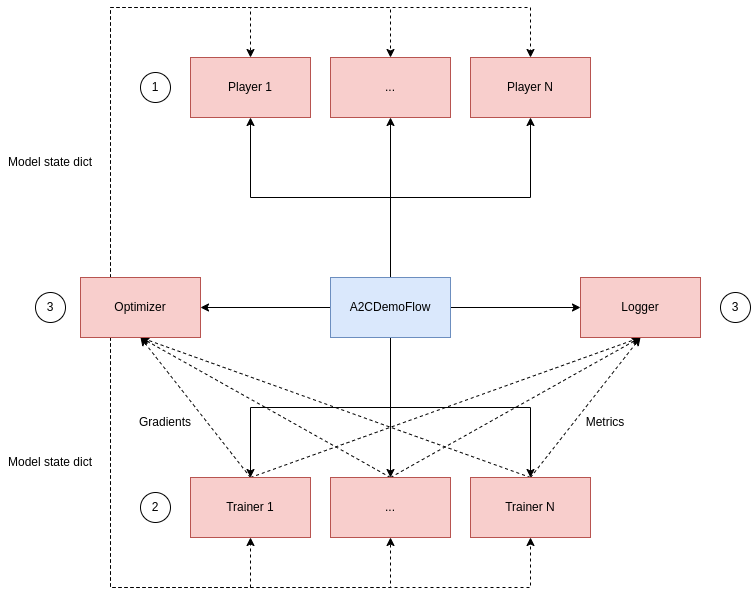
Earlier version of the draw.io export images/arch.png (belerico/lightning-rl). Source tidied: cells renumbered, new cells last; positions are measured from the earlier drawing's top-left corner, leaving out a move shared by most shapes. Its diagram source:
```xml
<mxGraphModel>
  <root>
    <mxCell id="0" />
    <mxCell id="1" parent="0" />
    <mxCell id="2" style="edgeStyle=orthogonalEdgeStyle;rounded=0;jettySize=auto;html=1;exitX=0.5;exitY=1;exitDx=0;exitDy=0;" parent="1" edge="1" source="10" target="16">
      <mxGeometry relative="1" as="geometry" />
    </mxCell>
    <mxCell id="3" style="edgeStyle=orthogonalEdgeStyle;rounded=0;jettySize=auto;html=1;exitX=0.5;exitY=1;exitDx=0;exitDy=0;entryX=0.5;entryY=0;entryDx=0;entryDy=0;" parent="1" edge="1" source="10" target="19">
      <mxGeometry relative="1" as="geometry" />
    </mxCell>
    <mxCell id="4" style="edgeStyle=orthogonalEdgeStyle;rounded=0;jettySize=auto;html=1;exitX=0.5;exitY=0;exitDx=0;exitDy=0;entryX=0.5;entryY=1;entryDx=0;entryDy=0;" parent="1" edge="1" source="10" target="20">
      <mxGeometry relative="1" as="geometry" />
    </mxCell>
    <mxCell id="5" style="edgeStyle=orthogonalEdgeStyle;rounded=0;jettySize=auto;html=1;exitX=0.5;exitY=0;exitDx=0;exitDy=0;entryX=0.5;entryY=1;entryDx=0;entryDy=0;" parent="1" edge="1" source="10" target="21">
      <mxGeometry relative="1" as="geometry" />
    </mxCell>
    <mxCell id="6" style="edgeStyle=orthogonalEdgeStyle;rounded=0;jettySize=auto;html=1;exitX=0.5;exitY=0;exitDx=0;exitDy=0;entryX=0.5;entryY=1;entryDx=0;entryDy=0;" parent="1" edge="1" source="10" target="22">
      <mxGeometry relative="1" as="geometry" />
    </mxCell>
    <mxCell id="7" style="edgeStyle=orthogonalEdgeStyle;rounded=0;jettySize=auto;html=1;exitX=0;exitY=0.5;exitDx=0;exitDy=0;" parent="1" edge="1" source="10" target="29">
      <mxGeometry relative="1" as="geometry" />
    </mxCell>
    <mxCell id="8" style="edgeStyle=orthogonalEdgeStyle;rounded=0;jettySize=auto;html=1;exitX=1;exitY=0.5;exitDx=0;exitDy=0;entryX=0;entryY=0.5;entryDx=0;entryDy=0;" parent="1" edge="1" source="10" target="30">
      <mxGeometry relative="1" as="geometry" />
    </mxCell>
    <mxCell id="9" style="edgeStyle=orthogonalEdgeStyle;rounded=0;jettySize=auto;html=1;exitX=0.5;exitY=1;exitDx=0;exitDy=0;entryX=0.5;entryY=0;entryDx=0;entryDy=0;" parent="1" edge="1" source="10" target="13">
      <mxGeometry relative="1" as="geometry" />
    </mxCell>
    <mxCell id="10" value="A2CDemoFlow" style="rounded=0;whiteSpace=wrap;html=1;fillColor=#dae8fc;strokeColor=#6c8ebf;" parent="1" vertex="1">
      <mxGeometry x="330" y="270" width="120" height="60" as="geometry" />
    </mxCell>
    <mxCell id="11" style="rounded=0;jettySize=auto;html=1;exitX=0.5;exitY=0;exitDx=0;exitDy=0;entryX=0.5;entryY=1;entryDx=0;entryDy=0;dashed=1;" parent="1" edge="1" source="13" target="29">
      <mxGeometry relative="1" as="geometry" />
    </mxCell>
    <mxCell id="12" style="edgeStyle=none;rounded=0;jettySize=auto;html=1;exitX=0.5;exitY=0;exitDx=0;exitDy=0;dashed=1;" parent="1" edge="1" source="13">
      <mxGeometry relative="1" as="geometry">
        <mxPoint x="640" y="330" as="targetPoint" />
      </mxGeometry>
    </mxCell>
    <mxCell id="13" value="Trainer 1" style="rounded=0;whiteSpace=wrap;html=1;fillColor=#f8cecc;strokeColor=#b85450;" parent="1" vertex="1">
      <mxGeometry x="190" y="470" width="120" height="60" as="geometry" />
    </mxCell>
    <mxCell id="14" style="edgeStyle=none;rounded=0;jettySize=auto;html=1;exitX=0.5;exitY=0;exitDx=0;exitDy=0;entryX=0.5;entryY=1;entryDx=0;entryDy=0;dashed=1;" parent="1" edge="1" source="16" target="29">
      <mxGeometry relative="1" as="geometry" />
    </mxCell>
    <mxCell id="15" style="edgeStyle=none;rounded=0;jettySize=auto;html=1;exitX=0.5;exitY=0;exitDx=0;exitDy=0;dashed=1;" parent="1" edge="1" source="16">
      <mxGeometry relative="1" as="geometry">
        <mxPoint x="640" y="330" as="targetPoint" />
      </mxGeometry>
    </mxCell>
    <mxCell id="16" value="..." style="rounded=0;whiteSpace=wrap;html=1;fillColor=#f8cecc;strokeColor=#b85450;" parent="1" vertex="1">
      <mxGeometry x="330" y="470" width="120" height="60" as="geometry" />
    </mxCell>
    <mxCell id="17" style="edgeStyle=none;rounded=0;jettySize=auto;html=1;exitX=0.5;exitY=0;exitDx=0;exitDy=0;entryX=0.5;entryY=1;entryDx=0;entryDy=0;dashed=1;" parent="1" edge="1" source="19" target="29">
      <mxGeometry relative="1" as="geometry" />
    </mxCell>
    <mxCell id="18" style="edgeStyle=none;rounded=0;jettySize=auto;html=1;exitX=0.5;exitY=0;exitDx=0;exitDy=0;entryX=0.5;entryY=1;entryDx=0;entryDy=0;dashed=1;" parent="1" edge="1" source="19" target="30">
      <mxGeometry relative="1" as="geometry" />
    </mxCell>
    <mxCell id="19" value="Trainer N" style="rounded=0;whiteSpace=wrap;html=1;fillColor=#f8cecc;strokeColor=#b85450;" parent="1" vertex="1">
      <mxGeometry x="470" y="470" width="120" height="60" as="geometry" />
    </mxCell>
    <mxCell id="20" value="Player 1" style="rounded=0;whiteSpace=wrap;html=1;fillColor=#f8cecc;strokeColor=#b85450;" parent="1" vertex="1">
      <mxGeometry x="190" y="50" width="120" height="60" as="geometry" />
    </mxCell>
    <mxCell id="21" value="..." style="rounded=0;whiteSpace=wrap;html=1;fillColor=#f8cecc;strokeColor=#b85450;" parent="1" vertex="1">
      <mxGeometry x="330" y="50" width="120" height="60" as="geometry" />
    </mxCell>
    <mxCell id="22" value="Player N" style="rounded=0;whiteSpace=wrap;html=1;fillColor=#f8cecc;strokeColor=#b85450;" parent="1" vertex="1">
      <mxGeometry x="470" y="50" width="120" height="60" as="geometry" />
    </mxCell>
    <mxCell id="23" style="edgeStyle=orthogonalEdgeStyle;rounded=0;jettySize=auto;html=1;exitX=0.25;exitY=1;exitDx=0;exitDy=0;entryX=0.5;entryY=1;entryDx=0;entryDy=0;dashed=1;" parent="1" edge="1" source="29" target="13">
      <mxGeometry relative="1" as="geometry">
        <Array as="points">
          <mxPoint x="110" y="580" />
          <mxPoint x="250" y="580" />
        </Array>
      </mxGeometry>
    </mxCell>
    <mxCell id="24" style="edgeStyle=orthogonalEdgeStyle;rounded=0;jettySize=auto;html=1;exitX=0.25;exitY=1;exitDx=0;exitDy=0;entryX=0.5;entryY=1;entryDx=0;entryDy=0;dashed=1;" parent="1" edge="1" source="29" target="16">
      <mxGeometry relative="1" as="geometry">
        <Array as="points">
          <mxPoint x="110" y="580" />
          <mxPoint x="390" y="580" />
        </Array>
      </mxGeometry>
    </mxCell>
    <mxCell id="25" style="edgeStyle=orthogonalEdgeStyle;rounded=0;jettySize=auto;html=1;exitX=0.25;exitY=1;exitDx=0;exitDy=0;entryX=0.5;entryY=1;entryDx=0;entryDy=0;dashed=1;" parent="1" edge="1" source="29" target="19">
      <mxGeometry relative="1" as="geometry">
        <Array as="points">
          <mxPoint x="110" y="580" />
          <mxPoint x="530" y="580" />
        </Array>
      </mxGeometry>
    </mxCell>
    <mxCell id="26" style="edgeStyle=orthogonalEdgeStyle;rounded=0;jettySize=auto;html=1;exitX=0.25;exitY=0;exitDx=0;exitDy=0;entryX=0.5;entryY=0;entryDx=0;entryDy=0;dashed=1;" parent="1" edge="1" source="29" target="20">
      <mxGeometry relative="1" as="geometry">
        <Array as="points">
          <mxPoint x="110" />
          <mxPoint x="250" />
        </Array>
      </mxGeometry>
    </mxCell>
    <mxCell id="27" style="edgeStyle=orthogonalEdgeStyle;rounded=0;jettySize=auto;html=1;exitX=0.25;exitY=0;exitDx=0;exitDy=0;entryX=0.5;entryY=0;entryDx=0;entryDy=0;dashed=1;" parent="1" edge="1" source="29" target="21">
      <mxGeometry relative="1" as="geometry">
        <Array as="points">
          <mxPoint x="110" />
          <mxPoint x="390" />
        </Array>
      </mxGeometry>
    </mxCell>
    <mxCell id="28" style="edgeStyle=orthogonalEdgeStyle;rounded=0;jettySize=auto;html=1;exitX=0.25;exitY=0;exitDx=0;exitDy=0;entryX=0.5;entryY=0;entryDx=0;entryDy=0;dashed=1;" parent="1" edge="1" source="29" target="22">
      <mxGeometry relative="1" as="geometry">
        <Array as="points">
          <mxPoint x="110" />
          <mxPoint x="530" />
        </Array>
      </mxGeometry>
    </mxCell>
    <mxCell id="29" value="Optimizer" style="rounded=0;whiteSpace=wrap;html=1;fillColor=#f8cecc;strokeColor=#b85450;" parent="1" vertex="1">
      <mxGeometry x="80" y="270" width="120" height="60" as="geometry" />
    </mxCell>
    <mxCell id="30" value="Logger" style="rounded=0;whiteSpace=wrap;html=1;fillColor=#f8cecc;strokeColor=#b85450;" parent="1" vertex="1">
      <mxGeometry x="580" y="270" width="120" height="60" as="geometry" />
    </mxCell>
    <mxCell id="31" value="1" style="ellipse;whiteSpace=wrap;html=1;" parent="1" vertex="1">
      <mxGeometry x="140" y="65" width="30" height="30" as="geometry" />
    </mxCell>
    <mxCell id="32" value="2" style="ellipse;whiteSpace=wrap;html=1;" parent="1" vertex="1">
      <mxGeometry x="140" y="485" width="30" height="30" as="geometry" />
    </mxCell>
    <mxCell id="33" value="3" style="ellipse;whiteSpace=wrap;html=1;" parent="1" vertex="1">
      <mxGeometry x="35" y="285" width="30" height="30" as="geometry" />
    </mxCell>
    <mxCell id="34" value="3" style="ellipse;whiteSpace=wrap;html=1;" parent="1" vertex="1">
      <mxGeometry x="720" y="285" width="30" height="30" as="geometry" />
    </mxCell>
    <mxCell id="35" value="Model state dict" style="text;html=1;strokeColor=none;fillColor=none;align=center;verticalAlign=middle;whiteSpace=wrap;rounded=0;" parent="1" vertex="1">
      <mxGeometry y="140" width="100" height="30" as="geometry" />
    </mxCell>
    <mxCell id="36" value="Model state dict" style="text;html=1;strokeColor=none;fillColor=none;align=center;verticalAlign=middle;whiteSpace=wrap;rounded=0;" parent="1" vertex="1">
      <mxGeometry y="440" width="100" height="30" as="geometry" />
    </mxCell>
    <mxCell id="37" value="Gradients" style="text;html=1;strokeColor=none;fillColor=none;align=center;verticalAlign=middle;whiteSpace=wrap;rounded=0;" parent="1" vertex="1">
      <mxGeometry x="130" y="400" width="70" height="30" as="geometry" />
    </mxCell>
    <mxCell id="38" value="Metrics" style="text;html=1;strokeColor=none;fillColor=none;align=center;verticalAlign=middle;whiteSpace=wrap;rounded=0;" parent="1" vertex="1">
      <mxGeometry x="570" y="400" width="70" height="30" as="geometry" />
    </mxCell>
  </root>
</mxGraphModel>
```
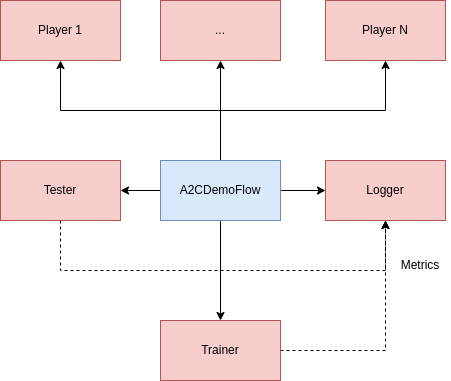
The same diagram one commit later.

The edit, as a diff of the source:
```diff
@@ -2,150 +2,58 @@
   <root>
     <mxCell id="0" />
     <mxCell id="1" parent="0" />
-    <mxCell id="2" style="edgeStyle=orthogonalEdgeStyle;rounded=0;jettySize=auto;html=1;exitX=0.5;exitY=1;exitDx=0;exitDy=0;" parent="1" edge="1" source="10" target="16">
-      <mxGeometry relative="1" as="geometry" />
-    </mxCell>
-    <mxCell id="3" style="edgeStyle=orthogonalEdgeStyle;rounded=0;jettySize=auto;html=1;exitX=0.5;exitY=1;exitDx=0;exitDy=0;entryX=0.5;entryY=0;entryDx=0;entryDy=0;" parent="1" edge="1" source="10" target="19">
-      <mxGeometry relative="1" as="geometry" />
-    </mxCell>
     <mxCell id="4" style="edgeStyle=orthogonalEdgeStyle;rounded=0;jettySize=auto;html=1;exitX=0.5;exitY=0;exitDx=0;exitDy=0;entryX=0.5;entryY=1;entryDx=0;entryDy=0;" parent="1" edge="1" source="10" target="20">
       <mxGeometry relative="1" as="geometry" />
     </mxCell>
-    <mxCell id="5" style="edgeStyle=orthogonalEdgeStyle;rounded=0;jettySize=auto;html=1;exitX=0.5;exitY=0;exitDx=0;exitDy=0;entryX=0.5;entryY=1;entryDx=0;entryDy=0;" parent="1" edge="1" source="10" target="21">
-      <mxGeometry relative="1" as="geometry" />
-    </mxCell>
+    <mxCell id="39" style="edgeStyle=orthogonalEdgeStyle;rounded=0;jettySize=auto;html=1;exitX=0.5;exitY=0;exitDx=0;exitDy=0;entryX=0.5;entryY=1;entryDx=0;entryDy=0;" parent="1" edge="1" source="10" target="42">
+      <mxGeometry relative="1" as="geometry" />
+    </mxCell>
     <mxCell id="6" style="edgeStyle=orthogonalEdgeStyle;rounded=0;jettySize=auto;html=1;exitX=0.5;exitY=0;exitDx=0;exitDy=0;entryX=0.5;entryY=1;entryDx=0;entryDy=0;" parent="1" edge="1" source="10" target="22">
       <mxGeometry relative="1" as="geometry" />
     </mxCell>
-    <mxCell id="7" style="edgeStyle=orthogonalEdgeStyle;rounded=0;jettySize=auto;html=1;exitX=0;exitY=0.5;exitDx=0;exitDy=0;" parent="1" edge="1" source="10" target="29">
-      <mxGeometry relative="1" as="geometry" />
-    </mxCell>
     <mxCell id="8" style="edgeStyle=orthogonalEdgeStyle;rounded=0;jettySize=auto;html=1;exitX=1;exitY=0.5;exitDx=0;exitDy=0;entryX=0;entryY=0.5;entryDx=0;entryDy=0;" parent="1" edge="1" source="10" target="30">
       <mxGeometry relative="1" as="geometry" />
     </mxCell>
-    <mxCell id="9" style="edgeStyle=orthogonalEdgeStyle;rounded=0;jettySize=auto;html=1;exitX=0.5;exitY=1;exitDx=0;exitDy=0;entryX=0.5;entryY=0;entryDx=0;entryDy=0;" parent="1" edge="1" source="10" target="13">
-      <mxGeometry relative="1" as="geometry" />
-    </mxCell>
+    <mxCell id="40" style="edgeStyle=orthogonalEdgeStyle;rounded=0;jettySize=auto;html=1;exitX=0;exitY=0.5;exitDx=0;exitDy=0;entryX=1;entryY=0.5;entryDx=0;entryDy=0;" parent="1" edge="1" source="10" target="44">
+      <mxGeometry relative="1" as="geometry" />
+    </mxCell>
+    <mxCell id="41" style="edgeStyle=orthogonalEdgeStyle;rounded=0;jettySize=auto;html=1;exitX=0.5;exitY=1;exitDx=0;exitDy=0;entryX=0.5;entryY=0;entryDx=0;entryDy=0;" parent="1" edge="1" source="10" target="46">
+      <mxGeometry relative="1" as="geometry" />
+    </mxCell>
     <mxCell id="10" value="A2CDemoFlow" style="rounded=0;whiteSpace=wrap;html=1;fillColor=#dae8fc;strokeColor=#6c8ebf;" parent="1" vertex="1">
-      <mxGeometry x="330" y="270" width="120" height="60" as="geometry" />
+      <mxGeometry x="330" y="240" width="120" height="60" as="geometry" />
     </mxCell>
-    <mxCell id="11" style="rounded=0;jettySize=auto;html=1;exitX=0.5;exitY=0;exitDx=0;exitDy=0;entryX=0.5;entryY=1;entryDx=0;entryDy=0;dashed=1;" parent="1" edge="1" source="13" target="29">
-      <mxGeometry relative="1" as="geometry" />
-    </mxCell>
-    <mxCell id="12" style="edgeStyle=none;rounded=0;jettySize=auto;html=1;exitX=0.5;exitY=0;exitDx=0;exitDy=0;dashed=1;" parent="1" edge="1" source="13">
-      <mxGeometry relative="1" as="geometry">
-        <mxPoint x="640" y="330" as="targetPoint" />
-      </mxGeometry>
-    </mxCell>
-    <mxCell id="13" value="Trainer 1" style="rounded=0;whiteSpace=wrap;html=1;fillColor=#f8cecc;strokeColor=#b85450;" parent="1" vertex="1">
-      <mxGeometry x="190" y="470" width="120" height="60" as="geometry" />
-    </mxCell>
-    <mxCell id="14" style="edgeStyle=none;rounded=0;jettySize=auto;html=1;exitX=0.5;exitY=0;exitDx=0;exitDy=0;entryX=0.5;entryY=1;entryDx=0;entryDy=0;dashed=1;" parent="1" edge="1" source="16" target="29">
-      <mxGeometry relative="1" as="geometry" />
-    </mxCell>
-    <mxCell id="15" style="edgeStyle=none;rounded=0;jettySize=auto;html=1;exitX=0.5;exitY=0;exitDx=0;exitDy=0;dashed=1;" parent="1" edge="1" source="16">
-      <mxGeometry relative="1" as="geometry">
-        <mxPoint x="640" y="330" as="targetPoint" />
-      </mxGeometry>
-    </mxCell>
-    <mxCell id="16" value="..." style="rounded=0;whiteSpace=wrap;html=1;fillColor=#f8cecc;strokeColor=#b85450;" parent="1" vertex="1">
-      <mxGeometry x="330" y="470" width="120" height="60" as="geometry" />
-    </mxCell>
-    <mxCell id="17" style="edgeStyle=none;rounded=0;jettySize=auto;html=1;exitX=0.5;exitY=0;exitDx=0;exitDy=0;entryX=0.5;entryY=1;entryDx=0;entryDy=0;dashed=1;" parent="1" edge="1" source="19" target="29">
-      <mxGeometry relative="1" as="geometry" />
-    </mxCell>
-    <mxCell id="18" style="edgeStyle=none;rounded=0;jettySize=auto;html=1;exitX=0.5;exitY=0;exitDx=0;exitDy=0;entryX=0.5;entryY=1;entryDx=0;entryDy=0;dashed=1;" parent="1" edge="1" source="19" target="30">
-      <mxGeometry relative="1" as="geometry" />
-    </mxCell>
-    <mxCell id="19" value="Trainer N" style="rounded=0;whiteSpace=wrap;html=1;fillColor=#f8cecc;strokeColor=#b85450;" parent="1" vertex="1">
-      <mxGeometry x="470" y="470" width="120" height="60" as="geometry" />
-    </mxCell>
+    <mxCell id="22" value="Player N" style="rounded=0;whiteSpace=wrap;html=1;fillColor=#f8cecc;strokeColor=#b85450;" parent="1" vertex="1">
+      <mxGeometry x="495" y="80" width="120" height="60" as="geometry" />
+    </mxCell>
+    <mxCell id="42" value="..." style="rounded=0;whiteSpace=wrap;html=1;fillColor=#f8cecc;strokeColor=#b85450;" parent="1" vertex="1">
+      <mxGeometry x="330" y="80" width="120" height="60" as="geometry" />
+    </mxCell>
     <mxCell id="20" value="Player 1" style="rounded=0;whiteSpace=wrap;html=1;fillColor=#f8cecc;strokeColor=#b85450;" parent="1" vertex="1">
-      <mxGeometry x="190" y="50" width="120" height="60" as="geometry" />
+      <mxGeometry x="170" y="80" width="120" height="60" as="geometry" />
     </mxCell>
-    <mxCell id="21" value="..." style="rounded=0;whiteSpace=wrap;html=1;fillColor=#f8cecc;strokeColor=#b85450;" parent="1" vertex="1">
-      <mxGeometry x="330" y="50" width="120" height="60" as="geometry" />
-    </mxCell>
-    <mxCell id="22" value="Player N" style="rounded=0;whiteSpace=wrap;html=1;fillColor=#f8cecc;strokeColor=#b85450;" parent="1" vertex="1">
-      <mxGeometry x="470" y="50" width="120" height="60" as="geometry" />
-    </mxCell>
-    <mxCell id="23" style="edgeStyle=orthogonalEdgeStyle;rounded=0;jettySize=auto;html=1;exitX=0.25;exitY=1;exitDx=0;exitDy=0;entryX=0.5;entryY=1;entryDx=0;entryDy=0;dashed=1;" parent="1" edge="1" source="29" target="13">
-      <mxGeometry relative="1" as="geometry">
-        <Array as="points">
-          <mxPoint x="110" y="580" />
-          <mxPoint x="250" y="580" />
-        </Array>
-      </mxGeometry>
-    </mxCell>
-    <mxCell id="24" style="edgeStyle=orthogonalEdgeStyle;rounded=0;jettySize=auto;html=1;exitX=0.25;exitY=1;exitDx=0;exitDy=0;entryX=0.5;entryY=1;entryDx=0;entryDy=0;dashed=1;" parent="1" edge="1" source="29" target="16">
-      <mxGeometry relative="1" as="geometry">
-        <Array as="points">
-          <mxPoint x="110" y="580" />
-          <mxPoint x="390" y="580" />
-        </Array>
-      </mxGeometry>
-    </mxCell>
-    <mxCell id="25" style="edgeStyle=orthogonalEdgeStyle;rounded=0;jettySize=auto;html=1;exitX=0.25;exitY=1;exitDx=0;exitDy=0;entryX=0.5;entryY=1;entryDx=0;entryDy=0;dashed=1;" parent="1" edge="1" source="29" target="19">
-      <mxGeometry relative="1" as="geometry">
-        <Array as="points">
-          <mxPoint x="110" y="580" />
-          <mxPoint x="530" y="580" />
-        </Array>
-      </mxGeometry>
-    </mxCell>
-    <mxCell id="26" style="edgeStyle=orthogonalEdgeStyle;rounded=0;jettySize=auto;html=1;exitX=0.25;exitY=0;exitDx=0;exitDy=0;entryX=0.5;entryY=0;entryDx=0;entryDy=0;dashed=1;" parent="1" edge="1" source="29" target="20">
-      <mxGeometry relative="1" as="geometry">
-        <Array as="points">
-          <mxPoint x="110" />
-          <mxPoint x="250" />
-        </Array>
-      </mxGeometry>
-    </mxCell>
-    <mxCell id="27" style="edgeStyle=orthogonalEdgeStyle;rounded=0;jettySize=auto;html=1;exitX=0.25;exitY=0;exitDx=0;exitDy=0;entryX=0.5;entryY=0;entryDx=0;entryDy=0;dashed=1;" parent="1" edge="1" source="29" target="21">
-      <mxGeometry relative="1" as="geometry">
-        <Array as="points">
-          <mxPoint x="110" />
-          <mxPoint x="390" />
-        </Array>
-      </mxGeometry>
-    </mxCell>
-    <mxCell id="28" style="edgeStyle=orthogonalEdgeStyle;rounded=0;jettySize=auto;html=1;exitX=0.25;exitY=0;exitDx=0;exitDy=0;entryX=0.5;entryY=0;entryDx=0;entryDy=0;dashed=1;" parent="1" edge="1" source="29" target="22">
-      <mxGeometry relative="1" as="geometry">
-        <Array as="points">
-          <mxPoint x="110" />
-          <mxPoint x="530" />
-        </Array>
-      </mxGeometry>
-    </mxCell>
-    <mxCell id="29" value="Optimizer" style="rounded=0;whiteSpace=wrap;html=1;fillColor=#f8cecc;strokeColor=#b85450;" parent="1" vertex="1">
-      <mxGeometry x="80" y="270" width="120" height="60" as="geometry" />
-    </mxCell>
     <mxCell id="30" value="Logger" style="rounded=0;whiteSpace=wrap;html=1;fillColor=#f8cecc;strokeColor=#b85450;" parent="1" vertex="1">
-      <mxGeometry x="580" y="270" width="120" height="60" as="geometry" />
+      <mxGeometry x="495" y="240" width="120" height="60" as="geometry" />
     </mxCell>
-    <mxCell id="31" value="1" style="ellipse;whiteSpace=wrap;html=1;" parent="1" vertex="1">
-      <mxGeometry x="140" y="65" width="30" height="30" as="geometry" />
-    </mxCell>
-    <mxCell id="32" value="2" style="ellipse;whiteSpace=wrap;html=1;" parent="1" vertex="1">
-      <mxGeometry x="140" y="485" width="30" height="30" as="geometry" />
-    </mxCell>
-    <mxCell id="33" value="3" style="ellipse;whiteSpace=wrap;html=1;" parent="1" vertex="1">
-      <mxGeometry x="35" y="285" width="30" height="30" as="geometry" />
-    </mxCell>
-    <mxCell id="34" value="3" style="ellipse;whiteSpace=wrap;html=1;" parent="1" vertex="1">
-      <mxGeometry x="720" y="285" width="30" height="30" as="geometry" />
-    </mxCell>
-    <mxCell id="35" value="Model state dict" style="text;html=1;strokeColor=none;fillColor=none;align=center;verticalAlign=middle;whiteSpace=wrap;rounded=0;" parent="1" vertex="1">
-      <mxGeometry y="140" width="100" height="30" as="geometry" />
-    </mxCell>
-    <mxCell id="36" value="Model state dict" style="text;html=1;strokeColor=none;fillColor=none;align=center;verticalAlign=middle;whiteSpace=wrap;rounded=0;" parent="1" vertex="1">
-      <mxGeometry y="440" width="100" height="30" as="geometry" />
-    </mxCell>
-    <mxCell id="37" value="Gradients" style="text;html=1;strokeColor=none;fillColor=none;align=center;verticalAlign=middle;whiteSpace=wrap;rounded=0;" parent="1" vertex="1">
-      <mxGeometry x="130" y="400" width="70" height="30" as="geometry" />
-    </mxCell>
+    <mxCell id="43" style="edgeStyle=orthogonalEdgeStyle;rounded=0;jettySize=auto;html=1;exitX=0.5;exitY=1;exitDx=0;exitDy=0;entryX=0.5;entryY=1;entryDx=0;entryDy=0;dashed=1;" parent="1" edge="1" source="44" target="30">
+      <mxGeometry relative="1" as="geometry">
+        <Array as="points">
+          <mxPoint x="230" y="350" />
+          <mxPoint x="555" y="350" />
+        </Array>
+      </mxGeometry>
+    </mxCell>
+    <mxCell id="44" value="Tester" style="rounded=0;whiteSpace=wrap;html=1;fillColor=#f8cecc;strokeColor=#b85450;" parent="1" vertex="1">
+      <mxGeometry x="170" y="240" width="120" height="60" as="geometry" />
+    </mxCell>
+    <mxCell id="45" style="edgeStyle=orthogonalEdgeStyle;rounded=0;jettySize=auto;html=1;exitX=1;exitY=0.5;exitDx=0;exitDy=0;entryX=0.5;entryY=1;entryDx=0;entryDy=0;dashed=1;" parent="1" edge="1" source="46" target="30">
+      <mxGeometry relative="1" as="geometry" />
+    </mxCell>
+    <mxCell id="46" value="Trainer" style="rounded=0;whiteSpace=wrap;html=1;fillColor=#f8cecc;strokeColor=#b85450;" parent="1" vertex="1">
+      <mxGeometry x="330" y="400" width="120" height="60" as="geometry" />
+    </mxCell>
     <mxCell id="38" value="Metrics" style="text;html=1;strokeColor=none;fillColor=none;align=center;verticalAlign=middle;whiteSpace=wrap;rounded=0;" parent="1" vertex="1">
-      <mxGeometry x="570" y="400" width="70" height="30" as="geometry" />
+      <mxGeometry x="560" y="330" width="60" height="30" as="geometry" />
     </mxCell>
   </root>
 </mxGraphModel>
```
